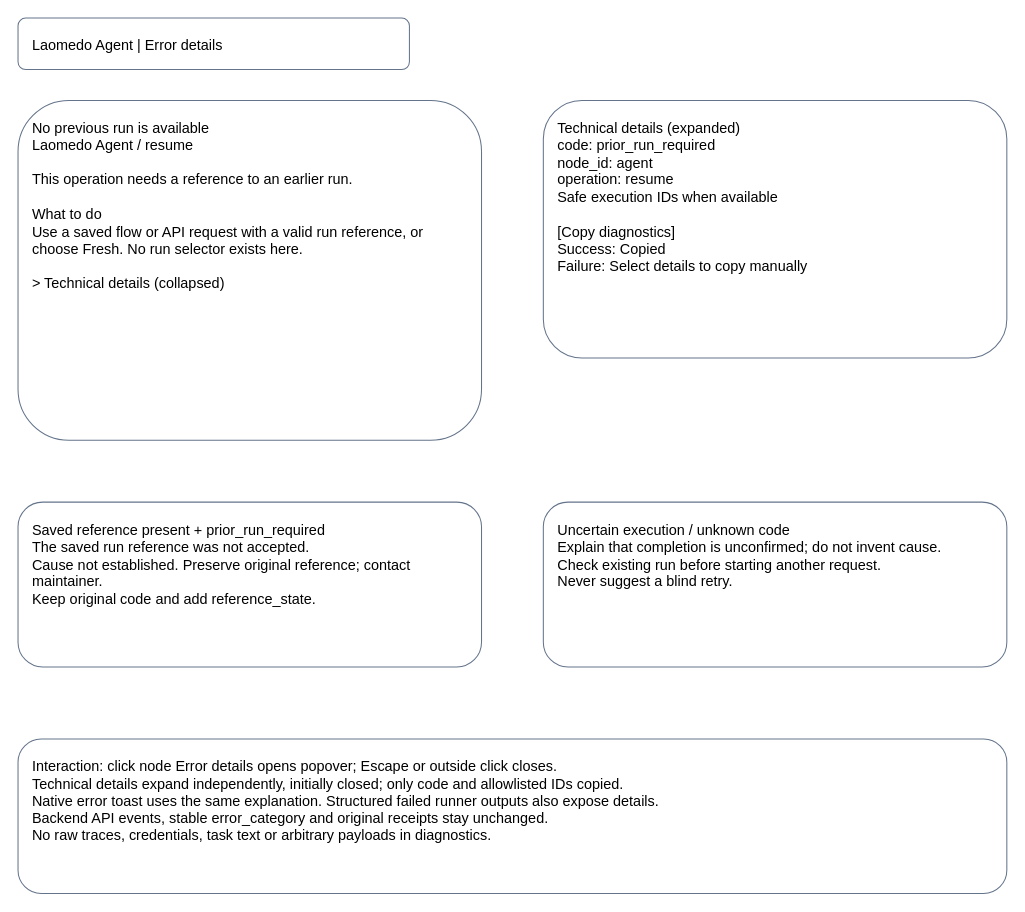
amadou-6e/specs keeps this draw.io diagram as projects/laomedo/subsystems/agent-execution/design/node-error-details.drawio. Above is the earlier version. Source tidied: cells renumbered, new cells numbered last; positions are measured from the earlier drawing's top-left corner, leaving out a move shared by most shapes. Both pictures are drawn from the tidied source at 103%, with x=0, y=0 at pixel (18, 18).
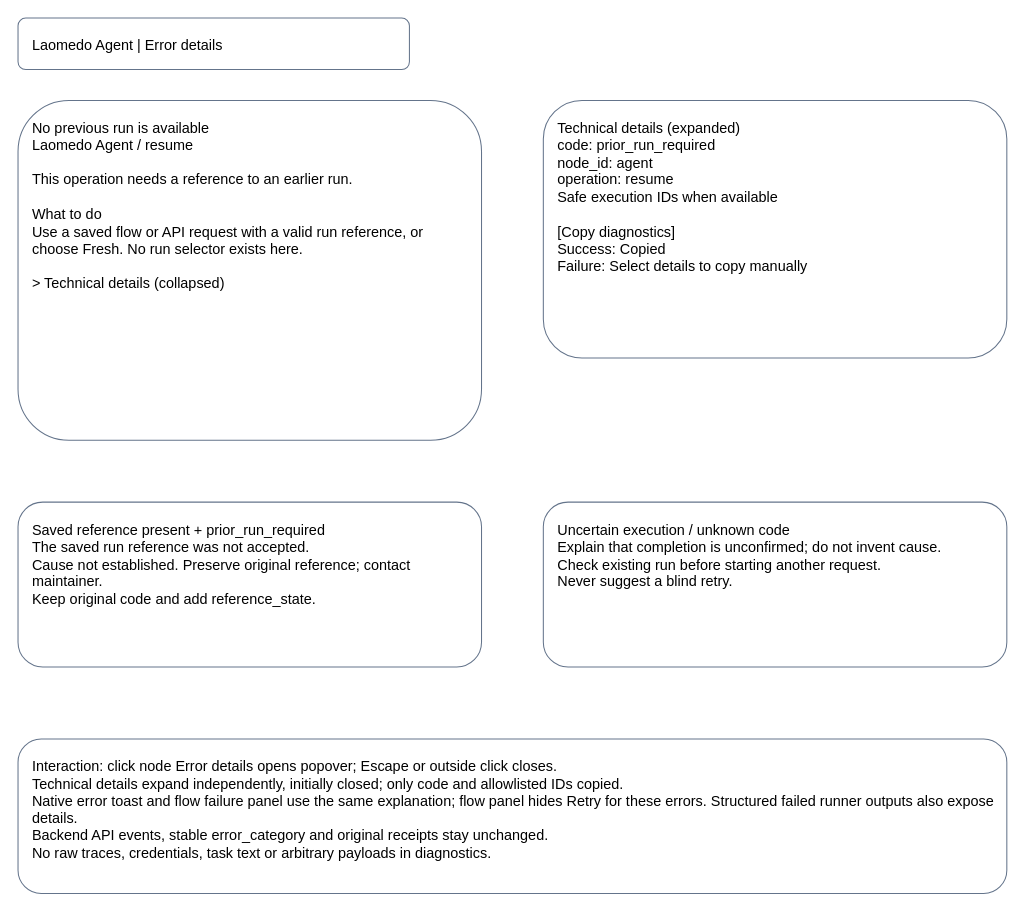
Above is the later version.

Commit message (it also covers changes not shown here):
Cover pre-component errors without guessing node attribution

Change to the diagram source:
```diff
@@
 <mxGraphModel>
   <root>
     <mxCell id="0" />
     <mxCell id="1" parent="0" />
     <mxCell id="2" value="Laomedo Agent | Error details" style="rounded=1;whiteSpace=wrap;html=0;align=left;verticalAlign=top;spacing=14;fillColor=#ffffff;strokeColor=#64748b;fontSize=14;" parent="1" vertex="1">
       <mxGeometry width="380" height="50" as="geometry" />
     </mxCell>
     <mxCell id="3" value="No previous run is available&#10;Laomedo Agent / resume&#10;&#10;This operation needs a reference to an earlier run.&#10;&#10;What to do&#10;Use a saved flow or API request with a valid run reference, or choose Fresh. No run selector exists here.&#10;&#10;&gt; Technical details (collapsed)" style="rounded=1;whiteSpace=wrap;html=0;align=left;verticalAlign=top;spacing=14;fillColor=#ffffff;strokeColor=#64748b;fontSize=14;" parent="1" vertex="1">
       <mxGeometry y="80" width="450" height="330" as="geometry" />
     </mxCell>
     <mxCell id="4" value="Technical details (expanded)&#10;code: prior_run_required&#10;node_id: agent&#10;operation: resume&#10;Safe execution IDs when available&#10;&#10;[Copy diagnostics]&#10;Success: Copied&#10;Failure: Select details to copy manually" style="rounded=1;whiteSpace=wrap;html=0;align=left;verticalAlign=top;spacing=14;fillColor=#ffffff;strokeColor=#64748b;fontSize=14;" parent="1" vertex="1">
       <mxGeometry x="510" y="80" width="450" height="250" as="geometry" />
     </mxCell>
     <mxCell id="5" value="Saved reference present + prior_run_required&#10;The saved run reference was not accepted.&#10;Cause not established. Preserve original reference; contact maintainer.&#10;Keep original code and add reference_state." style="rounded=1;whiteSpace=wrap;html=0;align=left;verticalAlign=top;spacing=14;fillColor=#ffffff;strokeColor=#64748b;fontSize=14;" parent="1" vertex="1">
       <mxGeometry y="470" width="450" height="160" as="geometry" />
     </mxCell>
     <mxCell id="6" value="Uncertain execution / unknown code&#10;Explain that completion is unconfirmed; do not invent cause.&#10;Check existing run before starting another request.&#10;Never suggest a blind retry." style="rounded=1;whiteSpace=wrap;html=0;align=left;verticalAlign=top;spacing=14;fillColor=#ffffff;strokeColor=#64748b;fontSize=14;" parent="1" vertex="1">
       <mxGeometry x="510" y="470" width="450" height="160" as="geometry" />
     </mxCell>
-    <mxCell id="7" value="Interaction: click node Error details opens popover; Escape or outside click closes.&#10;Technical details expand independently, initially closed; only code and allowlisted IDs copied.&#10;Native error toast uses the same explanation. Structured failed runner outputs also expose details.&#10;Backend API events, stable error_category and original receipts stay unchanged.&#10;No raw traces, credentials, task text or arbitrary payloads in diagnostics." style="rounded=1;whiteSpace=wrap;html=0;align=left;verticalAlign=top;spacing=14;fillColor=#ffffff;strokeColor=#64748b;fontSize=14;" parent="1" vertex="1">
+    <mxCell id="7" value="Interaction: click node Error details opens popover; Escape or outside click closes.&#10;Technical details expand independently, initially closed; only code and allowlisted IDs copied.&#10;Native error toast and flow failure panel use the same explanation; flow panel hides Retry for these errors. Structured failed runner outputs also expose details.&#10;Backend API events, stable error_category and original receipts stay unchanged.&#10;No raw traces, credentials, task text or arbitrary payloads in diagnostics." style="rounded=1;whiteSpace=wrap;html=0;align=left;verticalAlign=top;spacing=14;fillColor=#ffffff;strokeColor=#64748b;fontSize=14;" parent="1" vertex="1">
       <mxGeometry y="700" width="960" height="150" as="geometry" />
     </mxCell>
   </root>
 </mxGraphModel>
```
